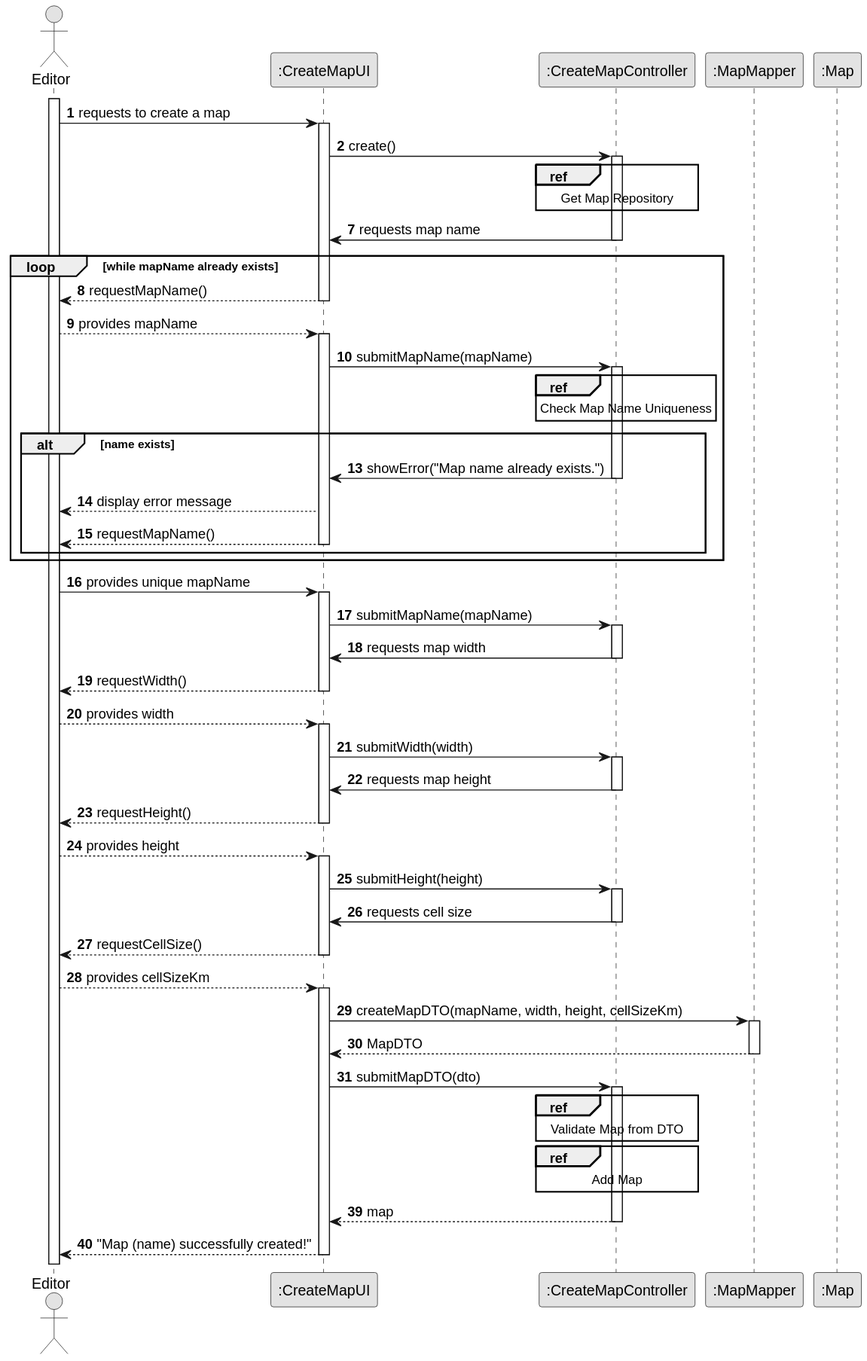
The PlantUML diagram docs/sprint3/us001/03.design/svg/us001-sd-split.svg in ivasduarte/all-aboard, before a commit.
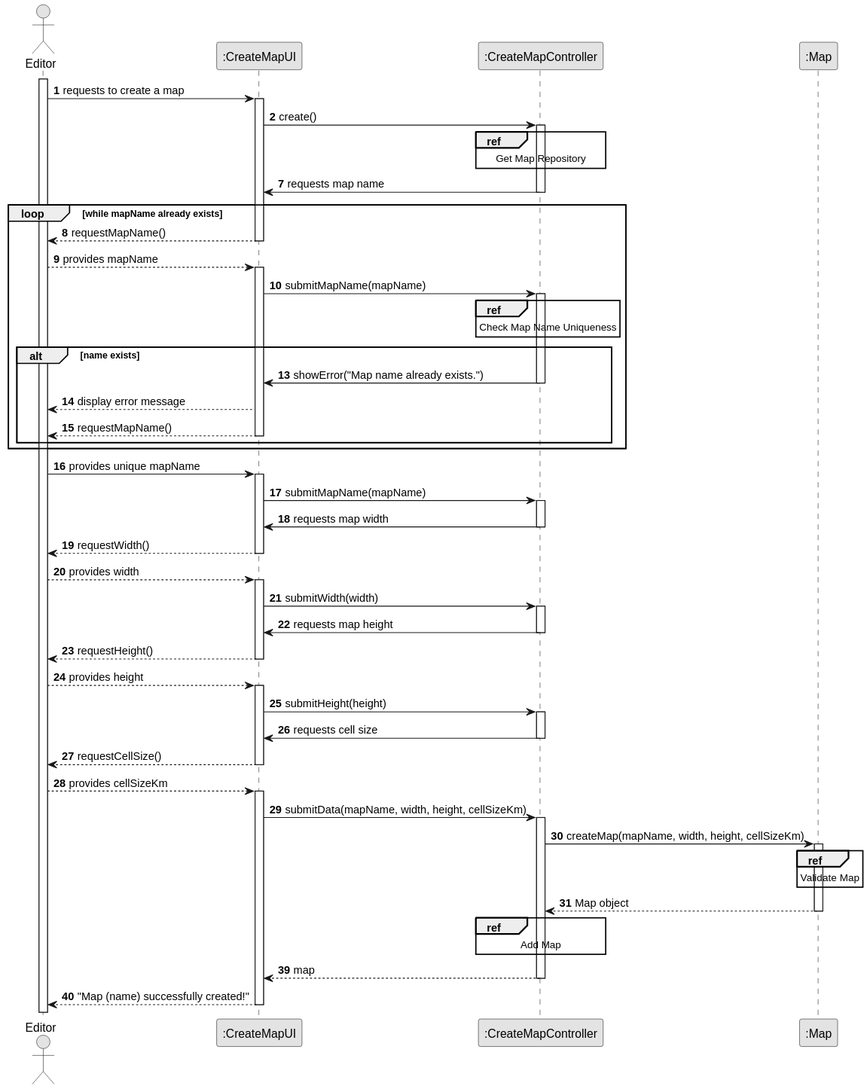
The same file after the commit.

What changed in the source:
```diff
@@ -9,7 +9,6 @@
 
 participant ":CreateMapUI" as UI
 participant ":CreateMapController" as ctrl
-participant ":MapMapper" as mapper
 participant ":Map" as Map
 
 activate Editor
@@ -91,17 +90,18 @@
 Editor --> UI: provides cellSizeKm
 activate UI
 
-UI -> mapper : createMapDTO(mapName, width, height, cellSizeKm)
-activate mapper
-mapper --> UI : MapDTO
-deactivate mapper
-
-UI -> ctrl : submitMapDTO(dto)
+UI -> ctrl : submitData(mapName, width, height, cellSizeKm)
 activate ctrl
 
-ref over ctrl
-    Validate Map from DTO
+ctrl -> Map : createMap(mapName, width, height, cellSizeKm)
+activate Map
+
+ref over Map
+    Validate Map
 end
+
+Map --> ctrl : Map object
+deactivate Map
 
 ref over ctrl
     Add Map
```
